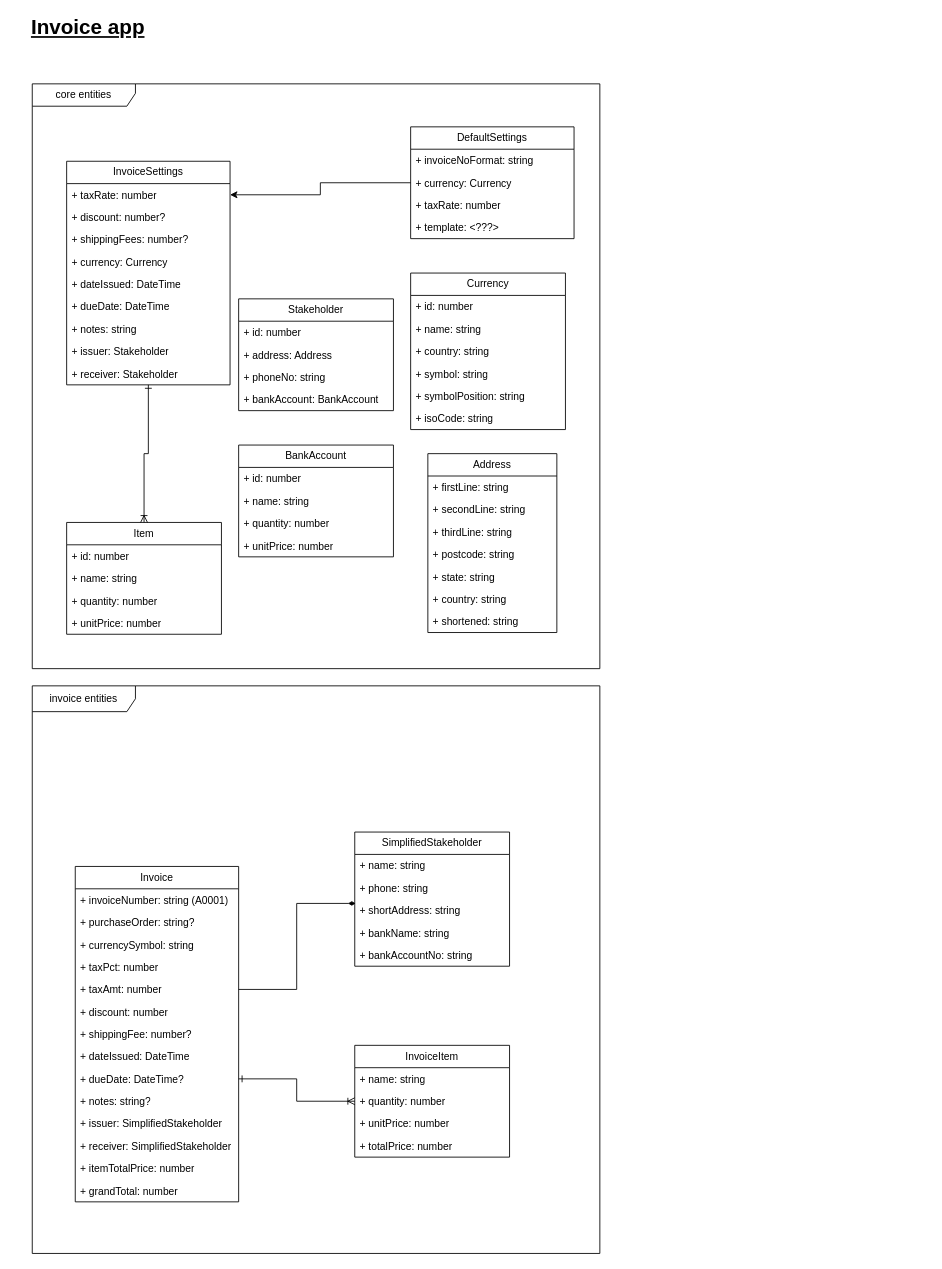
Above: page "Class Diagram" (1 of 2) of docs/invoice.drawio in data-miner00/invoice (draw.io), before the change. Source tidied: cells renumbered, new cells numbered last; positions are measured from the earlier drawing's top-left corner, leaving out a move shared by most shapes. Both pictures are drawn from the tidied source at 86%, with x=0, y=0 at pixel (15, 15).
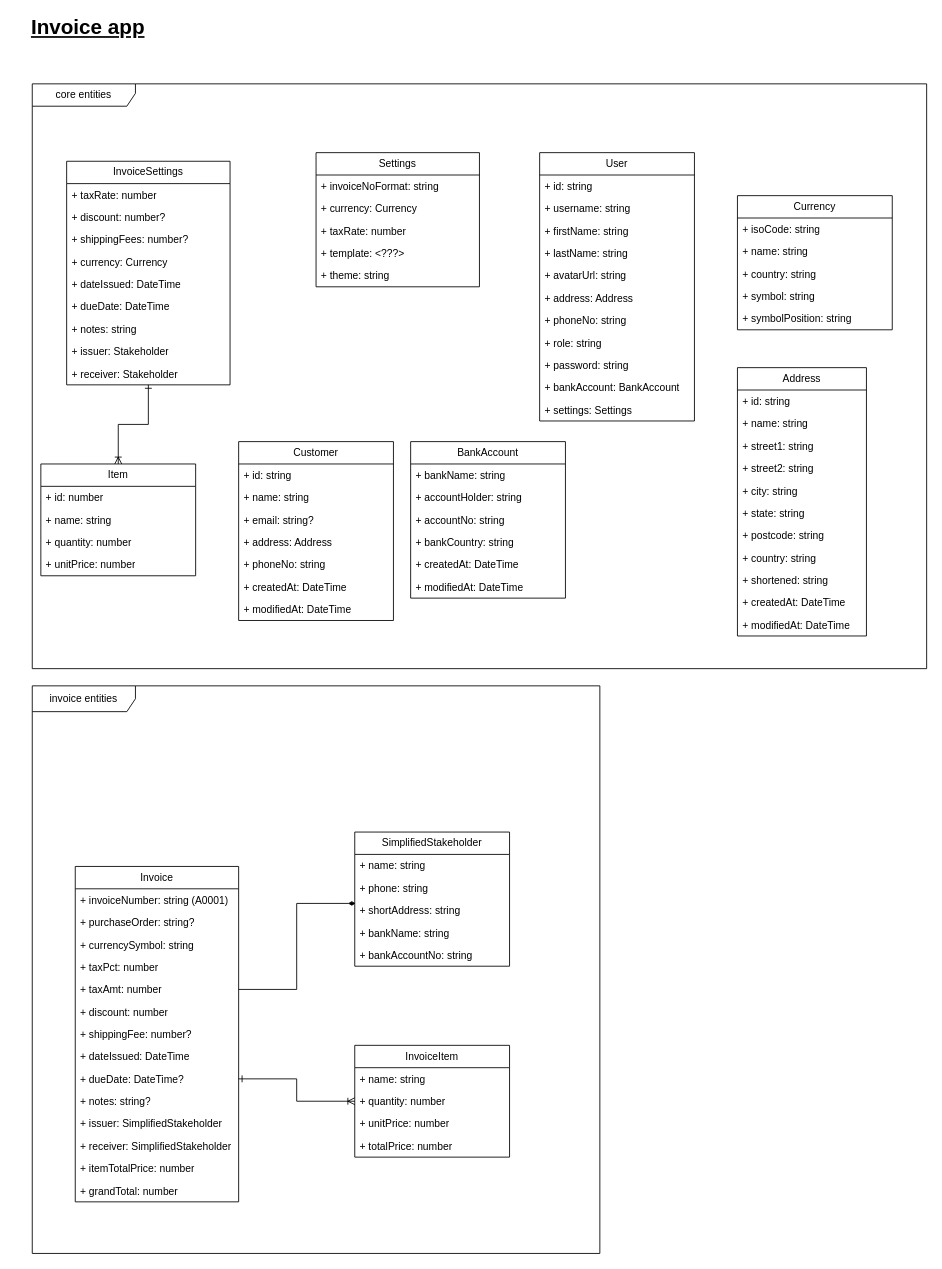
After the change.

The change refers to these unchanged cells:
```xml
<mxCell id="20" value="+ taxRate: number" style="text;strokeColor=none;fillColor=none;align=left;verticalAlign=top;spacingLeft=4;spacingRight=4;overflow=hidden;points=[[0,0.5],[1,0.5]];portConstraint=eastwest;whiteSpace=wrap;html=1;" parent="19" vertex="1">
  <mxGeometry y="26" width="190" height="26" as="geometry" />
</mxCell>
```

What changed in the source:
```diff
@@
-    <mxCell id="29" value="Stakeholder" style="swimlane;fontStyle=0;horizontal=1;startSize=26;fillColor=none;whiteSpace=wrap;html=1;" parent="1" vertex="1">
-      <mxGeometry x="260" y="330" width="180" height="130" as="geometry" />
+    <mxCell id="29" value="Customer" style="swimlane;fontStyle=0;horizontal=1;startSize=26;fillColor=none;whiteSpace=wrap;html=1;" parent="1" vertex="1">
+      <mxGeometry x="260" y="496" width="180" height="208" as="geometry" />
     </mxCell>
-    <mxCell id="30" value="+ id: number" style="text;strokeColor=none;fillColor=none;align=left;verticalAlign=top;spacingLeft=4;spacingRight=4;overflow=hidden;whiteSpace=wrap;html=1;" parent="29" vertex="1">
+    <mxCell id="30" value="+ id: string" style="text;strokeColor=none;fillColor=none;align=left;verticalAlign=top;spacingLeft=4;spacingRight=4;overflow=hidden;whiteSpace=wrap;html=1;" parent="29" vertex="1">
       <mxGeometry y="26" width="180" height="26" as="geometry" />
     </mxCell>
+    <mxCell id="80" value="+ name: string" style="text;strokeColor=none;fillColor=none;align=left;verticalAlign=top;spacingLeft=4;spacingRight=4;overflow=hidden;whiteSpace=wrap;html=1;" parent="29" vertex="1">
+      <mxGeometry y="52" width="180" height="26" as="geometry" />
+    </mxCell>
+    <mxCell id="81" value="+ email: string?" style="text;strokeColor=none;fillColor=none;align=left;verticalAlign=top;spacingLeft=4;spacingRight=4;overflow=hidden;whiteSpace=wrap;html=1;" parent="29" vertex="1">
+      <mxGeometry y="78" width="180" height="26" as="geometry" />
+    </mxCell>
     <mxCell id="31" value="+ address: Address" style="text;strokeColor=none;fillColor=none;align=left;verticalAlign=top;spacingLeft=4;spacingRight=4;overflow=hidden;whiteSpace=wrap;html=1;" parent="29" vertex="1">
-      <mxGeometry y="52" width="180" height="26" as="geometry" />
+      <mxGeometry y="104" width="180" height="26" as="geometry" />
     </mxCell>
     <mxCell id="32" value="+ phoneNo: string" style="text;strokeColor=none;fillColor=none;align=left;verticalAlign=top;spacingLeft=4;spacingRight=4;overflow=hidden;whiteSpace=wrap;html=1;" parent="29" vertex="1">
-      <mxGeometry y="78" width="180" height="26" as="geometry" />
+      <mxGeometry y="130" width="180" height="26" as="geometry" />
     </mxCell>
-    <mxCell id="33" value="+ bankAccount: BankAccount" style="text;strokeColor=none;fillColor=none;align=left;verticalAlign=top;spacingLeft=4;spacingRight=4;overflow=hidden;whiteSpace=wrap;html=1;" parent="29" vertex="1">
-      <mxGeometry y="104" width="180" height="26" as="geometry" />
-    </mxCell>
+    <mxCell id="82" value="+ createdAt: DateTime" style="text;strokeColor=none;fillColor=none;align=left;verticalAlign=top;spacingLeft=4;spacingRight=4;overflow=hidden;whiteSpace=wrap;html=1;" parent="29" vertex="1">
+      <mxGeometry y="156" width="180" height="26" as="geometry" />
+    </mxCell>
+    <mxCell id="83" value="+ modifiedAt: DateTime" style="text;strokeColor=none;fillColor=none;align=left;verticalAlign=top;spacingLeft=4;spacingRight=4;overflow=hidden;whiteSpace=wrap;html=1;" parent="29" vertex="1">
+      <mxGeometry y="182" width="180" height="26" as="geometry" />
+    </mxCell>
@@
     <mxCell id="45" value="Item" style="swimlane;fontStyle=0;horizontal=1;startSize=26;fillColor=none;whiteSpace=wrap;html=1;" parent="1" vertex="1">
-      <mxGeometry x="60" y="590" width="180" height="130" as="geometry" />
+      <mxGeometry x="30" y="522" width="180" height="130" as="geometry" />
     </mxCell>
@@
     <mxCell id="50" value="core entities" style="shape=umlFrame;whiteSpace=wrap;html=1;width=120;height=26;" parent="1" vertex="1">
-      <mxGeometry x="20" y="80" width="660" height="680" as="geometry" />
+      <mxGeometry x="20" y="80" width="1040" height="680" as="geometry" />
     </mxCell>
@@
     <mxCell id="54" value="Address" style="swimlane;fontStyle=0;horizontal=1;startSize=26;fillColor=none;whiteSpace=wrap;html=1;" parent="1" vertex="1">
-      <mxGeometry x="480" y="510" width="150" height="208" as="geometry" />
+      <mxGeometry x="840" y="410" width="150" height="312" as="geometry" />
     </mxCell>
-    <mxCell id="55" value="+ firstLine: string" style="text;strokeColor=none;fillColor=none;align=left;verticalAlign=top;spacingLeft=4;spacingRight=4;overflow=hidden;whiteSpace=wrap;html=1;" parent="54" vertex="1">
+    <mxCell id="55" value="+ id: string" style="text;strokeColor=none;fillColor=none;align=left;verticalAlign=top;spacingLeft=4;spacingRight=4;overflow=hidden;whiteSpace=wrap;html=1;" parent="54" vertex="1">
       <mxGeometry y="26" width="150" height="26" as="geometry" />
     </mxCell>
-    <mxCell id="56" value="+ secondLine: string" style="text;strokeColor=none;fillColor=none;align=left;verticalAlign=top;spacingLeft=4;spacingRight=4;overflow=hidden;whiteSpace=wrap;html=1;" parent="54" vertex="1">
+    <mxCell id="56" value="+ name: string" style="text;strokeColor=none;fillColor=none;align=left;verticalAlign=top;spacingLeft=4;spacingRight=4;overflow=hidden;whiteSpace=wrap;html=1;" parent="54" vertex="1">
       <mxGeometry y="52" width="150" height="26" as="geometry" />
     </mxCell>
-    <mxCell id="57" value="+ thirdLine: string" style="text;strokeColor=none;fillColor=none;align=left;verticalAlign=top;spacingLeft=4;spacingRight=4;overflow=hidden;whiteSpace=wrap;html=1;" parent="54" vertex="1">
+    <mxCell id="57" value="+ street1: string" style="text;strokeColor=none;fillColor=none;align=left;verticalAlign=top;spacingLeft=4;spacingRight=4;overflow=hidden;whiteSpace=wrap;html=1;" parent="54" vertex="1">
       <mxGeometry y="78" width="150" height="26" as="geometry" />
     </mxCell>
-    <mxCell id="58" value="+ postcode: string" style="text;strokeColor=none;fillColor=none;align=left;verticalAlign=top;spacingLeft=4;spacingRight=4;overflow=hidden;whiteSpace=wrap;html=1;" parent="54" vertex="1">
+    <mxCell id="58" value="+ street2: string" style="text;strokeColor=none;fillColor=none;align=left;verticalAlign=top;spacingLeft=4;spacingRight=4;overflow=hidden;whiteSpace=wrap;html=1;" parent="54" vertex="1">
       <mxGeometry y="104" width="150" height="26" as="geometry" />
     </mxCell>
-    <mxCell id="59" value="+ state: string" style="text;strokeColor=none;fillColor=none;align=left;verticalAlign=top;spacingLeft=4;spacingRight=4;overflow=hidden;whiteSpace=wrap;html=1;" parent="54" vertex="1">
+    <mxCell id="59" value="+ city: string" style="text;strokeColor=none;fillColor=none;align=left;verticalAlign=top;spacingLeft=4;spacingRight=4;overflow=hidden;whiteSpace=wrap;html=1;" parent="54" vertex="1">
       <mxGeometry y="130" width="150" height="26" as="geometry" />
     </mxCell>
-    <mxCell id="60" value="+ country: string" style="text;strokeColor=none;fillColor=none;align=left;verticalAlign=top;spacingLeft=4;spacingRight=4;overflow=hidden;whiteSpace=wrap;html=1;" parent="54" vertex="1">
+    <mxCell id="60" value="+ state: string" style="text;strokeColor=none;fillColor=none;align=left;verticalAlign=top;spacingLeft=4;spacingRight=4;overflow=hidden;whiteSpace=wrap;html=1;" parent="54" vertex="1">
       <mxGeometry y="156" width="150" height="26" as="geometry" />
     </mxCell>
-    <mxCell id="61" value="+ shortened: string" style="text;strokeColor=none;fillColor=none;align=left;verticalAlign=top;spacingLeft=4;spacingRight=4;overflow=hidden;whiteSpace=wrap;html=1;" parent="54" vertex="1">
+    <mxCell id="61" value="+ postcode: string" style="text;strokeColor=none;fillColor=none;align=left;verticalAlign=top;spacingLeft=4;spacingRight=4;overflow=hidden;whiteSpace=wrap;html=1;" parent="54" vertex="1">
       <mxGeometry y="182" width="150" height="26" as="geometry" />
     </mxCell>
+    <mxCell id="84" value="+ country: string" style="text;strokeColor=none;fillColor=none;align=left;verticalAlign=top;spacingLeft=4;spacingRight=4;overflow=hidden;whiteSpace=wrap;html=1;" parent="54" vertex="1">
+      <mxGeometry y="208" width="150" height="26" as="geometry" />
+    </mxCell>
+    <mxCell id="85" value="+ shortened: string" style="text;strokeColor=none;fillColor=none;align=left;verticalAlign=top;spacingLeft=4;spacingRight=4;overflow=hidden;whiteSpace=wrap;html=1;" parent="54" vertex="1">
+      <mxGeometry y="234" width="150" height="26" as="geometry" />
+    </mxCell>
+    <mxCell id="86" value="+ createdAt: DateTime" style="text;strokeColor=none;fillColor=none;align=left;verticalAlign=top;spacingLeft=4;spacingRight=4;overflow=hidden;whiteSpace=wrap;html=1;" parent="54" vertex="1">
+      <mxGeometry y="260" width="150" height="26" as="geometry" />
+    </mxCell>
+    <mxCell id="87" value="+ modifiedAt: DateTime" style="text;strokeColor=none;fillColor=none;align=left;verticalAlign=top;spacingLeft=4;spacingRight=4;overflow=hidden;whiteSpace=wrap;html=1;" parent="54" vertex="1">
+      <mxGeometry y="286" width="150" height="26" as="geometry" />
+    </mxCell>
     <mxCell id="62" value="BankAccount" style="swimlane;fontStyle=0;horizontal=1;startSize=26;fillColor=none;whiteSpace=wrap;html=1;" parent="1" vertex="1">
-      <mxGeometry x="260" y="500" width="180" height="130" as="geometry" />
+      <mxGeometry x="460" y="496" width="180" height="182" as="geometry" />
     </mxCell>
-    <mxCell id="63" value="+ id: number" style="text;strokeColor=none;fillColor=none;align=left;verticalAlign=top;spacingLeft=4;spacingRight=4;overflow=hidden;whiteSpace=wrap;html=1;" parent="62" vertex="1">
-      <mxGeometry y="26" width="180" height="26" as="geometry" />
-    </mxCell>
-    <mxCell id="64" value="+ name: string" style="text;strokeColor=none;fillColor=none;align=left;verticalAlign=top;spacingLeft=4;spacingRight=4;overflow=hidden;whiteSpace=wrap;html=1;" parent="62" vertex="1">
-      <mxGeometry y="52" width="180" height="26" as="geometry" />
+    <mxCell id="64" value="+ bankName: string" style="text;strokeColor=none;fillColor=none;align=left;verticalAlign=top;spacingLeft=4;spacingRight=4;overflow=hidden;whiteSpace=wrap;html=1;" parent="62" vertex="1">
+      <mxGeometry y="26" width="180" height="26" as="geometry" />
     </mxCell>
-    <mxCell id="65" value="+ quantity: number" style="text;strokeColor=none;fillColor=none;align=left;verticalAlign=top;spacingLeft=4;spacingRight=4;overflow=hidden;whiteSpace=wrap;html=1;" parent="62" vertex="1">
-      <mxGeometry y="78" width="180" height="26" as="geometry" />
+    <mxCell id="65" value="+ accountHolder: string" style="text;strokeColor=none;fillColor=none;align=left;verticalAlign=top;spacingLeft=4;spacingRight=4;overflow=hidden;whiteSpace=wrap;html=1;" parent="62" vertex="1">
+      <mxGeometry y="52" width="180" height="26" as="geometry" />
     </mxCell>
-    <mxCell id="66" value="+ unitPrice: number" style="text;strokeColor=none;fillColor=none;align=left;verticalAlign=top;spacingLeft=4;spacingRight=4;overflow=hidden;whiteSpace=wrap;html=1;" parent="62" vertex="1">
-      <mxGeometry y="104" width="180" height="26" as="geometry" />
+    <mxCell id="66" value="+ accountNo: string" style="text;strokeColor=none;fillColor=none;align=left;verticalAlign=top;spacingLeft=4;spacingRight=4;overflow=hidden;whiteSpace=wrap;html=1;" parent="62" vertex="1">
+      <mxGeometry y="78" width="180" height="26" as="geometry" />
     </mxCell>
-    <mxCell id="67" style="edgeStyle=orthogonalEdgeStyle;rounded=0;jettySize=auto;html=1;entryX=1;entryY=0.5;entryDx=0;entryDy=0;" parent="1" edge="1" source="68" target="20">
-      <mxGeometry relative="1" as="geometry" />
-    </mxCell>
+    <mxCell id="88" value="+ bankCountry: string" style="text;strokeColor=none;fillColor=none;align=left;verticalAlign=top;spacingLeft=4;spacingRight=4;overflow=hidden;whiteSpace=wrap;html=1;" parent="62" vertex="1">
+      <mxGeometry y="104" width="180" height="26" as="geometry" />
+    </mxCell>
+    <mxCell id="89" value="+ createdAt: DateTime" style="text;strokeColor=none;fillColor=none;align=left;verticalAlign=top;spacingLeft=4;spacingRight=4;overflow=hidden;whiteSpace=wrap;html=1;" parent="62" vertex="1">
+      <mxGeometry y="130" width="180" height="26" as="geometry" />
+    </mxCell>
+    <mxCell id="90" value="+ modifiedAt: DateTime" style="text;strokeColor=none;fillColor=none;align=left;verticalAlign=top;spacingLeft=4;spacingRight=4;overflow=hidden;whiteSpace=wrap;html=1;" parent="62" vertex="1">
+      <mxGeometry y="156" width="180" height="26" as="geometry" />
+    </mxCell>
-    <mxCell id="68" value="DefaultSettings" style="swimlane;fontStyle=0;horizontal=1;startSize=26;fillColor=none;whiteSpace=wrap;html=1;" parent="1" vertex="1">
-      <mxGeometry x="460" y="130" width="190" height="130" as="geometry" />
+    <mxCell id="68" value="Settings" style="swimlane;fontStyle=0;horizontal=1;startSize=26;fillColor=none;whiteSpace=wrap;html=1;" parent="1" vertex="1">
+      <mxGeometry x="350" y="160" width="190" height="156" as="geometry" />
     </mxCell>
@@
+    <mxCell id="91" value="+ theme: string" style="text;strokeColor=none;fillColor=none;align=left;verticalAlign=top;spacingLeft=4;spacingRight=4;overflow=hidden;whiteSpace=wrap;html=1;" parent="68" vertex="1">
+      <mxGeometry y="130" width="190" height="26" as="geometry" />
+    </mxCell>
     <mxCell id="73" value="Currency" style="swimlane;fontStyle=0;horizontal=1;startSize=26;fillColor=none;whiteSpace=wrap;html=1;" parent="1" vertex="1">
-      <mxGeometry x="460" y="300" width="180" height="182" as="geometry" />
+      <mxGeometry x="840" y="210" width="180" height="156" as="geometry" />
     </mxCell>
-    <mxCell id="74" value="+ id: number" style="text;strokeColor=none;fillColor=none;align=left;verticalAlign=top;spacingLeft=4;spacingRight=4;overflow=hidden;whiteSpace=wrap;html=1;" parent="73" vertex="1">
-      <mxGeometry y="26" width="180" height="26" as="geometry" />
-    </mxCell>
+    <mxCell id="79" value="+ isoCode: string" style="text;strokeColor=none;fillColor=none;align=left;verticalAlign=top;spacingLeft=4;spacingRight=4;overflow=hidden;whiteSpace=wrap;html=1;" parent="73" vertex="1">
+      <mxGeometry y="26" width="180" height="26" as="geometry" />
+    </mxCell>
@@
-    <mxCell id="79" value="+ isoCode: string" style="text;strokeColor=none;fillColor=none;align=left;verticalAlign=top;spacingLeft=4;spacingRight=4;overflow=hidden;whiteSpace=wrap;html=1;" parent="73" vertex="1">
-      <mxGeometry y="156" width="180" height="26" as="geometry" />
-    </mxCell>
+    <mxCell id="92" value="User" style="swimlane;fontStyle=0;horizontal=1;startSize=26;fillColor=none;whiteSpace=wrap;html=1;" parent="1" vertex="1">
+      <mxGeometry x="610" y="160" width="180" height="312" as="geometry" />
+    </mxCell>
+    <mxCell id="93" value="+ id: string" style="text;strokeColor=none;fillColor=none;align=left;verticalAlign=top;spacingLeft=4;spacingRight=4;overflow=hidden;whiteSpace=wrap;html=1;" parent="92" vertex="1">
+      <mxGeometry y="26" width="180" height="26" as="geometry" />
+    </mxCell>
+    <mxCell id="94" value="+ username: string" style="text;strokeColor=none;fillColor=none;align=left;verticalAlign=top;spacingLeft=4;spacingRight=4;overflow=hidden;whiteSpace=wrap;html=1;" parent="92" vertex="1">
+      <mxGeometry y="52" width="180" height="26" as="geometry" />
+    </mxCell>
+    <mxCell id="95" value="+ firstName: string" style="text;strokeColor=none;fillColor=none;align=left;verticalAlign=top;spacingLeft=4;spacingRight=4;overflow=hidden;whiteSpace=wrap;html=1;" parent="92" vertex="1">
+      <mxGeometry y="78" width="180" height="26" as="geometry" />
+    </mxCell>
+    <mxCell id="96" value="+ lastName: string" style="text;strokeColor=none;fillColor=none;align=left;verticalAlign=top;spacingLeft=4;spacingRight=4;overflow=hidden;whiteSpace=wrap;html=1;" parent="92" vertex="1">
+      <mxGeometry y="104" width="180" height="26" as="geometry" />
+    </mxCell>
+    <mxCell id="97" value="+ avatarUrl: string" style="text;strokeColor=none;fillColor=none;align=left;verticalAlign=top;spacingLeft=4;spacingRight=4;overflow=hidden;whiteSpace=wrap;html=1;" parent="92" vertex="1">
+      <mxGeometry y="130" width="180" height="26" as="geometry" />
+    </mxCell>
+    <mxCell id="98" value="+ address: Address" style="text;strokeColor=none;fillColor=none;align=left;verticalAlign=top;spacingLeft=4;spacingRight=4;overflow=hidden;whiteSpace=wrap;html=1;" parent="92" vertex="1">
+      <mxGeometry y="156" width="180" height="26" as="geometry" />
+    </mxCell>
+    <mxCell id="99" value="+ phoneNo: string" style="text;strokeColor=none;fillColor=none;align=left;verticalAlign=top;spacingLeft=4;spacingRight=4;overflow=hidden;whiteSpace=wrap;html=1;" parent="92" vertex="1">
+      <mxGeometry y="182" width="180" height="26" as="geometry" />
+    </mxCell>
+    <mxCell id="100" value="+ role: string" style="text;strokeColor=none;fillColor=none;align=left;verticalAlign=top;spacingLeft=4;spacingRight=4;overflow=hidden;whiteSpace=wrap;html=1;" parent="92" vertex="1">
+      <mxGeometry y="208" width="180" height="26" as="geometry" />
+    </mxCell>
+    <mxCell id="101" value="+ password: string" style="text;strokeColor=none;fillColor=none;align=left;verticalAlign=top;spacingLeft=4;spacingRight=4;overflow=hidden;whiteSpace=wrap;html=1;" parent="92" vertex="1">
+      <mxGeometry y="234" width="180" height="26" as="geometry" />
+    </mxCell>
+    <mxCell id="33" value="+ bankAccount: BankAccount" style="text;strokeColor=none;fillColor=none;align=left;verticalAlign=top;spacingLeft=4;spacingRight=4;overflow=hidden;whiteSpace=wrap;html=1;" parent="92" vertex="1">
+      <mxGeometry y="260" width="180" height="26" as="geometry" />
+    </mxCell>
+    <mxCell id="102" value="+ settings: Settings" style="text;strokeColor=none;fillColor=none;align=left;verticalAlign=top;spacingLeft=4;spacingRight=4;overflow=hidden;whiteSpace=wrap;html=1;" parent="92" vertex="1">
+      <mxGeometry y="286" width="180" height="26" as="geometry" />
+    </mxCell>
```
